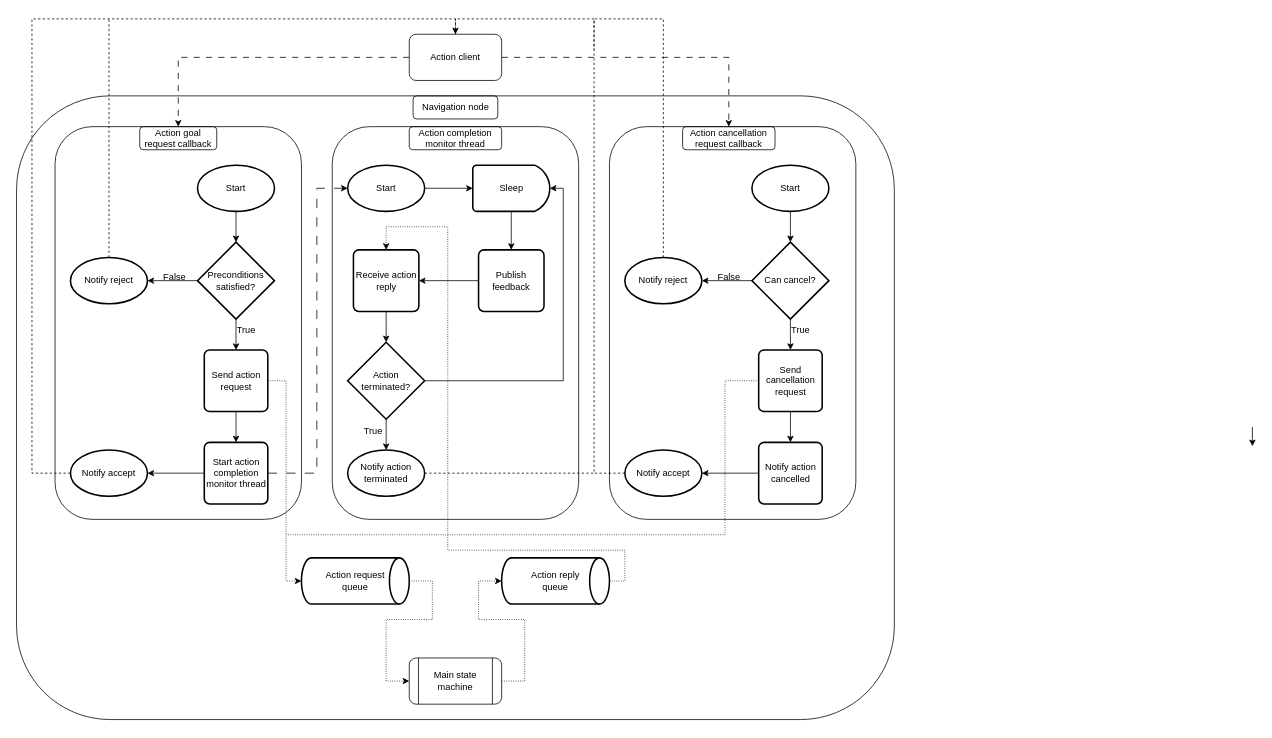
The draw.io diagram .figures/action_handling_sequence.drawio in DIII-SDU-Group/III-Drone-Core, before the edit. Source tidied: cells renumbered, new cells numbered last; positions are measured from the earlier drawing's top-left corner, leaving out a move shared by most shapes. Both pictures are drawn from the tidied source at 77%, with x=0, y=0 at pixel (16, 18).
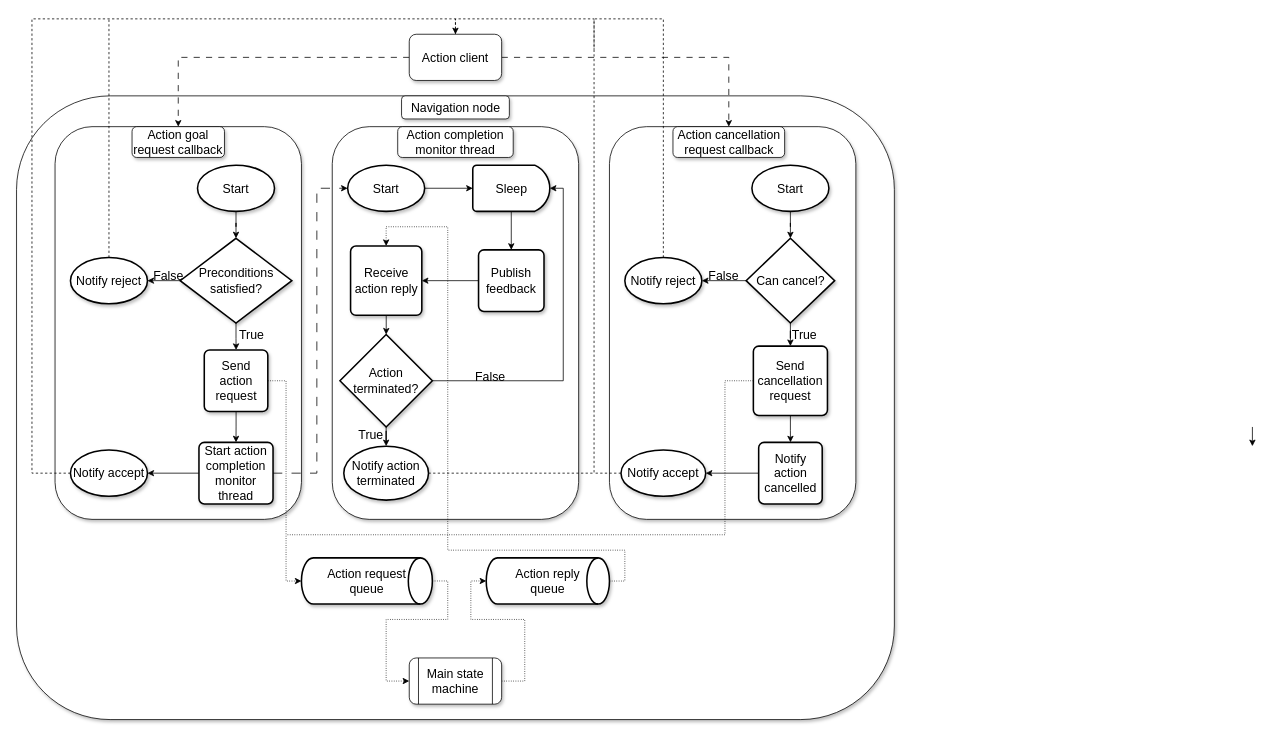
Above is the later version.

The edit, as a diff of the source:
```diff
@@
-    <mxCell id="2" style="rounded=1;whiteSpace=wrap;html=1;glass=0;strokeColor=default;" parent="1" vertex="1">
+    <mxCell id="2" style="rounded=1;whiteSpace=wrap;html=1;glass=0;strokeColor=default;shadow=1;fillColor=default;" parent="1" vertex="1">
       <mxGeometry y="100" width="1140" height="810" as="geometry" />
     </mxCell>
-    <mxCell id="3" style="rounded=1;whiteSpace=wrap;html=1;" parent="1" vertex="1">
+    <mxCell id="3" style="rounded=1;whiteSpace=wrap;html=1;shadow=1;" parent="1" vertex="1">
       <mxGeometry x="50" y="140" width="320" height="510" as="geometry" />
     </mxCell>
-    <mxCell id="4" value="Action goal request callback" style="text;html=1;strokeColor=default;fillColor=none;align=center;verticalAlign=middle;whiteSpace=wrap;rounded=1;glass=1;" parent="1" vertex="1">
-      <mxGeometry x="160" y="140" width="100" height="30" as="geometry" />
+    <mxCell id="4" value="Action goal request callback" style="text;html=1;strokeColor=default;fillColor=default;align=center;verticalAlign=middle;whiteSpace=wrap;rounded=1;glass=0;shadow=1;fontSize=16;" parent="1" vertex="1">
+      <mxGeometry x="150" y="140" width="120" height="40" as="geometry" />
     </mxCell>
@@
-    <mxCell id="6" value="Start" style="strokeWidth=2;html=1;shape=mxgraph.flowchart.start_1;whiteSpace=wrap;" parent="1" vertex="1">
+    <mxCell id="6" value="Start" style="strokeWidth=2;html=1;shape=mxgraph.flowchart.start_1;whiteSpace=wrap;shadow=1;fillColor=default;fontSize=16;" parent="1" vertex="1">
       <mxGeometry x="235" y="190" width="100" height="60" as="geometry" />
     </mxCell>
@@
-    <mxCell id="9" value="Preconditions satisfied?" style="strokeWidth=2;html=1;shape=mxgraph.flowchart.decision;whiteSpace=wrap;" parent="1" vertex="1">
-      <mxGeometry x="235" y="290" width="100" height="100" as="geometry" />
+    <mxCell id="9" value="Preconditions satisfied?" style="strokeWidth=2;html=1;shape=mxgraph.flowchart.decision;whiteSpace=wrap;shadow=1;fillColor=default;fontSize=16;" parent="1" vertex="1">
+      <mxGeometry x="212.5" y="285" width="145" height="110" as="geometry" />
     </mxCell>
@@
-    <mxCell id="11" value="Notify reject" style="strokeWidth=2;html=1;shape=mxgraph.flowchart.start_1;whiteSpace=wrap;" parent="1" vertex="1">
+    <mxCell id="11" value="Notify reject" style="strokeWidth=2;html=1;shape=mxgraph.flowchart.start_1;whiteSpace=wrap;shadow=1;fillColor=default;fontSize=16;" parent="1" vertex="1">
       <mxGeometry x="70" y="310" width="100" height="60" as="geometry" />
     </mxCell>
-    <mxCell id="12" value="False" style="text;html=1;align=center;verticalAlign=middle;strokeColor=none;fillColor=none;" parent="1" vertex="1">
-      <mxGeometry x="180" y="320" width="50" height="30" as="geometry" />
+    <mxCell id="12" value="False" style="text;html=1;align=center;verticalAlign=middle;strokeColor=none;fillColor=none;fontSize=16;" parent="1" vertex="1">
+      <mxGeometry x="167" y="318" width="60" height="30" as="geometry" />
     </mxCell>
@@
-    <mxCell id="15" value="Send action request" style="rounded=1;whiteSpace=wrap;html=1;absoluteArcSize=1;arcSize=14;strokeWidth=2;glass=0;strokeColor=default;" parent="1" vertex="1">
+    <mxCell id="15" value="Send action request" style="rounded=1;whiteSpace=wrap;html=1;absoluteArcSize=1;arcSize=14;strokeWidth=2;glass=0;strokeColor=default;shadow=1;fillColor=default;fontSize=16;" parent="1" vertex="1">
       <mxGeometry x="243.8" y="430" width="82.5" height="80" as="geometry" />
     </mxCell>
@@
-    <mxCell id="17" value="Notify accept" style="strokeWidth=2;html=1;shape=mxgraph.flowchart.start_1;whiteSpace=wrap;" parent="1" vertex="1">
+    <mxCell id="17" value="Notify accept" style="strokeWidth=2;html=1;shape=mxgraph.flowchart.start_1;whiteSpace=wrap;shadow=1;fillColor=default;fontSize=16;" parent="1" vertex="1">
       <mxGeometry x="70" y="560" width="100" height="60" as="geometry" />
     </mxCell>
-    <mxCell id="18" value="True" style="text;html=1;align=center;verticalAlign=middle;strokeColor=none;fillColor=none;" parent="1" vertex="1">
-      <mxGeometry x="272.5" y="390" width="50" height="30" as="geometry" />
+    <mxCell id="18" value="True" style="text;html=1;align=center;verticalAlign=middle;strokeColor=none;fillColor=none;fontSize=16;" parent="1" vertex="1">
+      <mxGeometry x="280" y="395" width="50" height="30" as="geometry" />
     </mxCell>
@@
-    <mxCell id="20" value="Start action completion monitor thread" style="rounded=1;whiteSpace=wrap;html=1;absoluteArcSize=1;arcSize=14;strokeWidth=2;glass=0;strokeColor=default;" parent="1" vertex="1">
-      <mxGeometry x="243.8" y="550" width="82.5" height="80" as="geometry" />
+    <mxCell id="20" value="Start action completion monitor thread" style="rounded=1;whiteSpace=wrap;html=1;absoluteArcSize=1;arcSize=14;strokeWidth=2;glass=0;strokeColor=default;shadow=1;fillColor=default;fontSize=16;" parent="1" vertex="1">
+      <mxGeometry x="236.9" y="550" width="96.2" height="80" as="geometry" />
     </mxCell>
-    <mxCell id="21" style="rounded=1;whiteSpace=wrap;html=1;" parent="1" vertex="1">
+    <mxCell id="21" style="rounded=1;whiteSpace=wrap;html=1;shadow=1;" parent="1" vertex="1">
       <mxGeometry x="770" y="140" width="320" height="510" as="geometry" />
     </mxCell>
-    <mxCell id="22" value="Action cancellation request callback" style="text;html=1;strokeColor=default;fillColor=none;align=center;verticalAlign=middle;whiteSpace=wrap;rounded=1;glass=1;" parent="1" vertex="1">
-      <mxGeometry x="865" y="140" width="120" height="30" as="geometry" />
+    <mxCell id="22" value="Action cancellation request callback" style="text;html=1;strokeColor=default;fillColor=default;align=center;verticalAlign=middle;whiteSpace=wrap;rounded=1;glass=0;shadow=1;fontSize=16;" parent="1" vertex="1">
+      <mxGeometry x="852.5" y="140" width="145" height="40" as="geometry" />
     </mxCell>
@@
-    <mxCell id="24" value="Start" style="strokeWidth=2;html=1;shape=mxgraph.flowchart.start_1;whiteSpace=wrap;" parent="1" vertex="1">
+    <mxCell id="24" value="Start" style="strokeWidth=2;html=1;shape=mxgraph.flowchart.start_1;whiteSpace=wrap;shadow=1;fillColor=default;fontSize=16;" parent="1" vertex="1">
       <mxGeometry x="955" y="190" width="100" height="60" as="geometry" />
     </mxCell>
@@
-    <mxCell id="27" value="Can cancel?" style="strokeWidth=2;html=1;shape=mxgraph.flowchart.decision;whiteSpace=wrap;" parent="1" vertex="1">
-      <mxGeometry x="955" y="290" width="100" height="100" as="geometry" />
+    <mxCell id="27" value="Can cancel?" style="strokeWidth=2;html=1;shape=mxgraph.flowchart.decision;whiteSpace=wrap;shadow=1;fillColor=default;fontSize=16;" parent="1" vertex="1">
+      <mxGeometry x="947.5" y="285" width="115" height="110" as="geometry" />
     </mxCell>
@@
-    <mxCell id="29" value="Notify reject" style="strokeWidth=2;html=1;shape=mxgraph.flowchart.start_1;whiteSpace=wrap;" parent="1" vertex="1">
+    <mxCell id="29" value="Notify reject" style="strokeWidth=2;html=1;shape=mxgraph.flowchart.start_1;whiteSpace=wrap;shadow=1;fillColor=default;fontSize=16;" parent="1" vertex="1">
       <mxGeometry x="790" y="310" width="100" height="60" as="geometry" />
     </mxCell>
-    <mxCell id="30" value="False" style="text;html=1;align=center;verticalAlign=middle;strokeColor=none;fillColor=none;" parent="1" vertex="1">
-      <mxGeometry x="900" y="320" width="50" height="30" as="geometry" />
+    <mxCell id="30" value="False" style="text;html=1;align=center;verticalAlign=middle;strokeColor=none;fillColor=none;fontSize=16;" parent="1" vertex="1">
+      <mxGeometry x="887.5" y="318" width="60" height="30" as="geometry" />
     </mxCell>
@@
-    <mxCell id="33" value="Send cancellation request" style="rounded=1;whiteSpace=wrap;html=1;absoluteArcSize=1;arcSize=14;strokeWidth=2;glass=0;strokeColor=default;" parent="1" vertex="1">
-      <mxGeometry x="963.8" y="430" width="82.5" height="80" as="geometry" />
+    <mxCell id="33" value="Send cancellation request" style="rounded=1;whiteSpace=wrap;html=1;absoluteArcSize=1;arcSize=14;strokeWidth=2;glass=0;strokeColor=default;shadow=1;fillColor=default;fontSize=16;" parent="1" vertex="1">
+      <mxGeometry x="956.9" y="425" width="96.2" height="90" as="geometry" />
     </mxCell>
@@
-    <mxCell id="35" value="Notify accept" style="strokeWidth=2;html=1;shape=mxgraph.flowchart.start_1;whiteSpace=wrap;" parent="1" vertex="1">
-      <mxGeometry x="790" y="560" width="100" height="60" as="geometry" />
+    <mxCell id="35" value="Notify accept" style="strokeWidth=2;html=1;shape=mxgraph.flowchart.start_1;whiteSpace=wrap;shadow=1;fillColor=default;fontSize=16;" parent="1" vertex="1">
+      <mxGeometry x="785" y="560" width="110" height="60" as="geometry" />
     </mxCell>
-    <mxCell id="36" value="True" style="text;html=1;align=center;verticalAlign=middle;strokeColor=none;fillColor=none;" parent="1" vertex="1">
-      <mxGeometry x="992.5" y="390" width="50" height="30" as="geometry" />
+    <mxCell id="36" value="True" style="text;html=1;align=center;verticalAlign=middle;strokeColor=none;fillColor=none;fontSize=16;" parent="1" vertex="1">
+      <mxGeometry x="997.5" y="395" width="50" height="30" as="geometry" />
     </mxCell>
@@
-    <mxCell id="38" value="Notify action cancelled" style="rounded=1;whiteSpace=wrap;html=1;absoluteArcSize=1;arcSize=14;strokeWidth=2;glass=0;strokeColor=default;" parent="1" vertex="1">
+    <mxCell id="38" value="Notify action cancelled" style="rounded=1;whiteSpace=wrap;html=1;absoluteArcSize=1;arcSize=14;strokeWidth=2;glass=0;strokeColor=default;shadow=1;fillColor=default;fontSize=16;" parent="1" vertex="1">
       <mxGeometry x="963.8" y="550" width="82.5" height="80" as="geometry" />
     </mxCell>
-    <mxCell id="39" style="rounded=1;whiteSpace=wrap;html=1;" parent="1" vertex="1">
+    <mxCell id="39" style="rounded=1;whiteSpace=wrap;html=1;shadow=1;" parent="1" vertex="1">
       <mxGeometry x="410" y="140" width="320" height="510" as="geometry" />
     </mxCell>
-    <mxCell id="40" value="Action completion monitor thread" style="text;html=1;strokeColor=default;fillColor=none;align=center;verticalAlign=middle;whiteSpace=wrap;rounded=1;glass=1;" parent="1" vertex="1">
-      <mxGeometry x="510" y="140" width="120" height="30" as="geometry" />
+    <mxCell id="40" value="Action completion monitor thread" style="text;html=1;strokeColor=default;fillColor=default;align=center;verticalAlign=middle;whiteSpace=wrap;rounded=1;glass=0;shadow=1;fontSize=16;" parent="1" vertex="1">
+      <mxGeometry x="495" y="140" width="150" height="40" as="geometry" />
     </mxCell>
@@
-    <mxCell id="42" value="Start" style="strokeWidth=2;html=1;shape=mxgraph.flowchart.start_1;whiteSpace=wrap;" parent="1" vertex="1">
+    <mxCell id="42" value="Start" style="strokeWidth=2;html=1;shape=mxgraph.flowchart.start_1;whiteSpace=wrap;shadow=1;fillColor=default;fontSize=16;" parent="1" vertex="1">
       <mxGeometry x="430" y="190" width="100" height="60" as="geometry" />
     </mxCell>
@@
-    <mxCell id="47" value="Sleep" style="strokeWidth=2;html=1;shape=mxgraph.flowchart.delay;whiteSpace=wrap;rounded=1;glass=0;strokeColor=default;" parent="1" vertex="1">
+    <mxCell id="47" value="Sleep" style="strokeWidth=2;html=1;shape=mxgraph.flowchart.delay;whiteSpace=wrap;rounded=1;glass=0;strokeColor=default;shadow=1;fillColor=default;fontSize=16;" parent="1" vertex="1">
       <mxGeometry x="592.5" y="190" width="100" height="60" as="geometry" />
     </mxCell>
@@
-    <mxCell id="49" value="Receive action reply" style="rounded=1;whiteSpace=wrap;html=1;absoluteArcSize=1;arcSize=14;strokeWidth=2;glass=0;strokeColor=default;" parent="1" vertex="1">
-      <mxGeometry x="437.5" y="300" width="85" height="80" as="geometry" />
+    <mxCell id="49" value="Receive action reply" style="rounded=1;whiteSpace=wrap;html=1;absoluteArcSize=1;arcSize=14;strokeWidth=2;glass=0;strokeColor=default;shadow=1;fillColor=default;fontSize=16;" parent="1" vertex="1">
+      <mxGeometry x="433.8" y="295" width="92.5" height="90" as="geometry" />
     </mxCell>
@@
-    <mxCell id="52" value="Action terminated?" style="strokeWidth=2;html=1;shape=mxgraph.flowchart.decision;whiteSpace=wrap;rounded=1;glass=0;strokeColor=default;" parent="1" vertex="1">
-      <mxGeometry x="430" y="420" width="100" height="100" as="geometry" />
+    <mxCell id="52" value="Action terminated?" style="strokeWidth=2;html=1;shape=mxgraph.flowchart.decision;whiteSpace=wrap;rounded=1;glass=0;strokeColor=default;shadow=1;fillColor=default;fontSize=16;" parent="1" vertex="1">
+      <mxGeometry x="420" y="410" width="120" height="120" as="geometry" />
     </mxCell>
@@
-    <mxCell id="54" value="Publish feedback" style="rounded=1;whiteSpace=wrap;html=1;absoluteArcSize=1;arcSize=14;strokeWidth=2;glass=0;strokeColor=default;" parent="1" vertex="1">
+    <mxCell id="54" value="Publish feedback" style="rounded=1;whiteSpace=wrap;html=1;absoluteArcSize=1;arcSize=14;strokeWidth=2;glass=0;strokeColor=default;shadow=1;fillColor=default;fontSize=16;" parent="1" vertex="1">
       <mxGeometry x="600" y="300" width="85" height="80" as="geometry" />
     </mxCell>
-    <mxCell id="55" value="Notify action terminated" style="strokeWidth=2;html=1;shape=mxgraph.flowchart.start_1;whiteSpace=wrap;" parent="1" vertex="1">
-      <mxGeometry x="430" y="560" width="100" height="60" as="geometry" />
+    <mxCell id="55" value="Notify action terminated" style="strokeWidth=2;html=1;shape=mxgraph.flowchart.start_1;whiteSpace=wrap;shadow=1;fillColor=default;fontSize=16;" parent="1" vertex="1">
+      <mxGeometry x="425" y="555" width="110" height="70" as="geometry" />
     </mxCell>
-    <mxCell id="56" value="True" style="text;html=1;align=center;verticalAlign=middle;strokeColor=none;fillColor=none;" parent="1" vertex="1">
-      <mxGeometry x="437.5" y="520" width="50" height="30" as="geometry" />
+    <mxCell id="56" value="True" style="text;html=1;align=center;verticalAlign=middle;strokeColor=none;fillColor=none;fontSize=16;" parent="1" vertex="1">
+      <mxGeometry x="435" y="525" width="50" height="30" as="geometry" />
     </mxCell>
-    <mxCell id="57" style="edgeStyle=orthogonalEdgeStyle;rounded=0;jettySize=auto;html=1;dashed=1;dashPattern=8 8;" parent="1" edge="1" source="59" target="4">
+    <mxCell id="57" style="edgeStyle=orthogonalEdgeStyle;rounded=0;jettySize=auto;html=1;dashed=1;dashPattern=8 8;" parent="1" edge="1" source="59" target="3">
       <mxGeometry relative="1" as="geometry" />
     </mxCell>
@@
-    <mxCell id="59" value="Action client" style="rounded=1;whiteSpace=wrap;html=1;glass=0;strokeColor=default;" parent="1" vertex="1">
+    <mxCell id="59" value="&lt;font style=&quot;font-size: 16px;&quot;&gt;Action client&lt;/font&gt;" style="rounded=1;whiteSpace=wrap;html=1;glass=0;strokeColor=default;shadow=1;fillColor=default;" parent="1" vertex="1">
       <mxGeometry x="510" y="20" width="120" height="60" as="geometry" />
     </mxCell>
@@
-    <mxCell id="63" value="Navigation node" style="text;html=1;align=center;verticalAlign=middle;strokeColor=default;fillColor=none;rounded=1;glass=0;" parent="1" vertex="1">
-      <mxGeometry x="515" y="100" width="110" height="30" as="geometry" />
+    <mxCell id="63" value="Navigation node" style="text;html=1;align=center;verticalAlign=middle;strokeColor=default;fillColor=default;rounded=1;glass=0;shadow=1;fontSize=16;" parent="1" vertex="1">
+      <mxGeometry x="500" y="100" width="140" height="30" as="geometry" />
     </mxCell>
     <mxCell id="64" style="edgeStyle=orthogonalEdgeStyle;rounded=0;jettySize=auto;html=1;dashed=1;dashPattern=1 2;endArrow=classic;endFill=1;" parent="1" edge="1" source="65" target="68">
       <mxGeometry relative="1" as="geometry">
         <Array as="points">
-          <mxPoint x="540" y="730" />
-          <mxPoint x="540" y="780" />
+          <mxPoint x="560" y="730" />
+          <mxPoint x="560" y="780" />
           <mxPoint x="480" y="780" />
           <mxPoint x="480" y="860" />
         </Array>
       </mxGeometry>
     </mxCell>
-    <mxCell id="65" value="&lt;div&gt;Action request&lt;/div&gt;&lt;div&gt;queue&lt;/div&gt;" style="strokeWidth=2;html=1;shape=mxgraph.flowchart.direct_data;whiteSpace=wrap;rounded=1;glass=0;strokeColor=default;" parent="1" vertex="1">
-      <mxGeometry x="370" y="700" width="140" height="60" as="geometry" />
+    <mxCell id="65" value="&lt;div style=&quot;font-size: 16px;&quot;&gt;Action request&lt;/div&gt;&lt;div style=&quot;font-size: 16px;&quot;&gt;queue&lt;/div&gt;" style="strokeWidth=2;html=1;shape=mxgraph.flowchart.direct_data;whiteSpace=wrap;rounded=1;glass=0;strokeColor=default;shadow=1;fillColor=default;fontSize=16;" parent="1" vertex="1">
+      <mxGeometry x="370" y="700" width="170" height="60" as="geometry" />
     </mxCell>
-    <mxCell id="66" value="&lt;div&gt;Action reply&lt;/div&gt;&lt;div&gt;queue&lt;/div&gt;" style="strokeWidth=2;html=1;shape=mxgraph.flowchart.direct_data;whiteSpace=wrap;rounded=1;glass=0;strokeColor=default;" parent="1" vertex="1">
-      <mxGeometry x="630" y="700" width="140" height="60" as="geometry" />
+    <mxCell id="66" value="&lt;div style=&quot;font-size: 16px;&quot;&gt;Action reply&lt;/div&gt;&lt;div style=&quot;font-size: 16px;&quot;&gt;queue&lt;/div&gt;" style="strokeWidth=2;html=1;shape=mxgraph.flowchart.direct_data;whiteSpace=wrap;rounded=1;glass=0;strokeColor=default;shadow=1;fillColor=default;fontSize=16;" parent="1" vertex="1">
+      <mxGeometry x="610" y="700" width="160" height="60" as="geometry" />
     </mxCell>
     <mxCell id="67" style="edgeStyle=orthogonalEdgeStyle;rounded=0;jettySize=auto;html=1;dashed=1;dashPattern=1 2;endArrow=classic;endFill=1;" parent="1" edge="1" source="68" target="66">
       <mxGeometry relative="1" as="geometry">
         <Array as="points">
           <mxPoint x="660" y="860" />
           <mxPoint x="660" y="780" />
-          <mxPoint x="600" y="780" />
-          <mxPoint x="600" y="730" />
+          <mxPoint x="590" y="780" />
+          <mxPoint x="590" y="730" />
         </Array>
       </mxGeometry>
     </mxCell>
-    <mxCell id="68" value="Main state machine" style="shape=process;whiteSpace=wrap;html=1;backgroundOutline=1;rounded=1;glass=0;strokeColor=default;" parent="1" vertex="1">
+    <mxCell id="68" value="Main state machine" style="shape=process;whiteSpace=wrap;html=1;backgroundOutline=1;rounded=1;glass=0;strokeColor=default;shadow=1;fillColor=default;fontSize=16;" parent="1" vertex="1">
       <mxGeometry x="510" y="830" width="120" height="60" as="geometry" />
     </mxCell>
+    <mxCell id="69" value="False" style="text;html=1;align=center;verticalAlign=middle;strokeColor=none;fillColor=none;fontSize=16;" parent="1" vertex="1">
+      <mxGeometry x="585" y="450" width="60" height="30" as="geometry" />
+    </mxCell>
```
